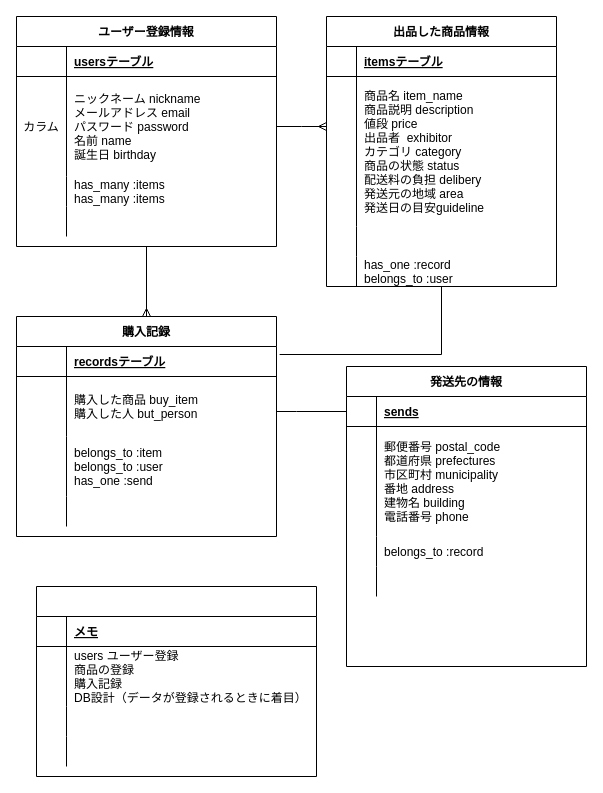
This is .dio from yochandesu/furima-33800, a draw.io file, before an edit. Source tidied: cells renumbered, new cells numbered last; positions are measured from the earlier drawing's top-left corner, leaving out a move shared by most shapes. Both pictures are drawn from the tidied source at 100%, with x=0, y=0 at pixel (16, 16).
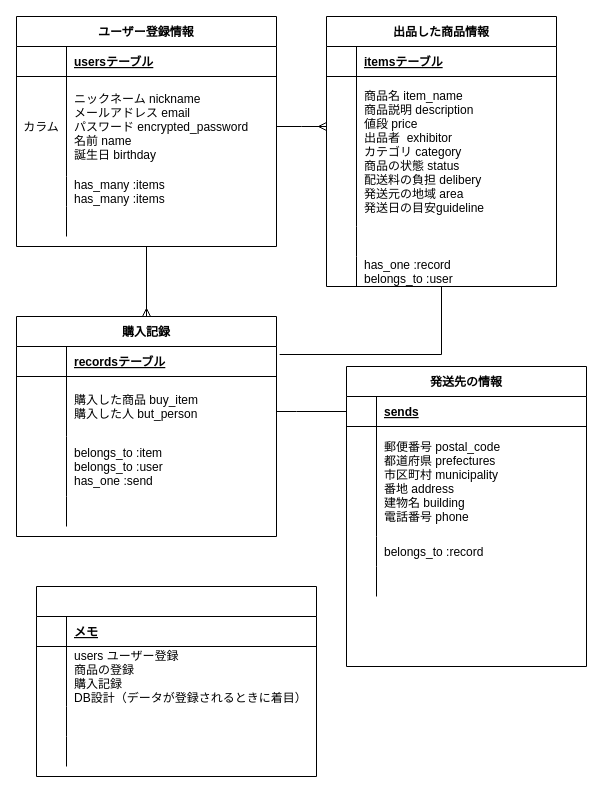
The same diagram, later.

Commit message (it also covers changes not shown here):
データベース設計4

Unchanged cells that the change refers to:
```xml
<mxCell id="7" style="shape=partialRectangle;fillColor=none;top=0;left=0;bottom=0;right=0;points=[[0,0.5],[1,0.5]];portConstraint=eastwest;" parent="3" vertex="1">
  <mxGeometry y="60" width="260" height="100" as="geometry" />
</mxCell>
```

What changed in the source:
```diff
@@
-    <mxCell id="9" value="ニックネーム nickname&#10;メールアドレス email&#10;パスワード password &#10;名前 name&#10;誕生日 birthday" style="shape=partialRectangle;fillColor=none;top=0;left=0;bottom=0;right=0;align=left;spacingLeft=6;overflow=hidden;" parent="7" vertex="1">
+    <mxCell id="9" value="ニックネーム nickname&#10;メールアドレス email&#10;パスワード encrypted_password&#10;名前 name&#10;誕生日 birthday" style="shape=partialRectangle;fillColor=none;top=0;left=0;bottom=0;right=0;align=left;spacingLeft=6;overflow=hidden;" parent="7" vertex="1">
       <mxGeometry x="50" width="210" height="100" as="geometry" />
     </mxCell>
```
